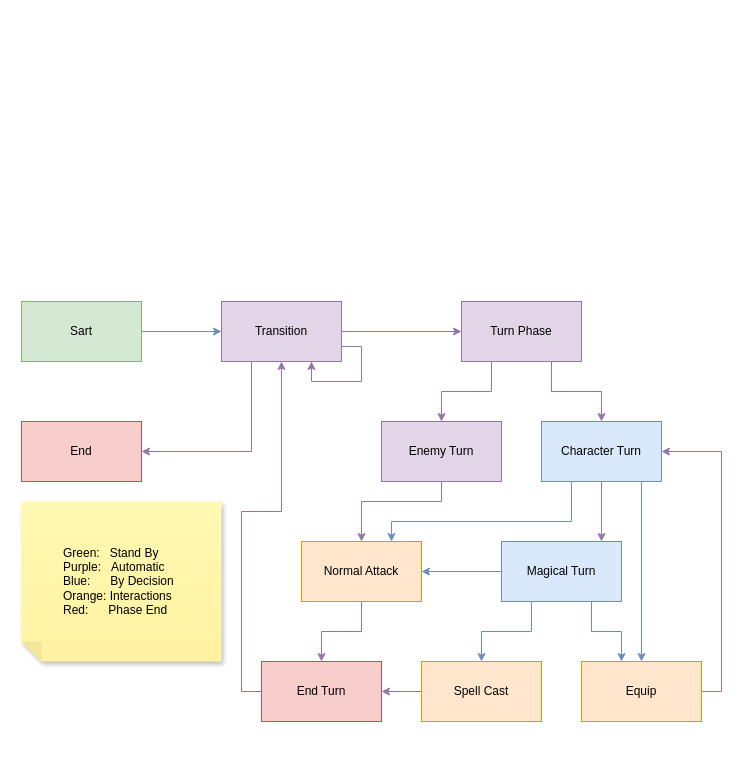
Earlier version of the draw.io diagram docs/MemesStateDiagram.drawio (Ateuluz/final-reality). Source tidied: cells renumbered, new cells numbered last; positions are measured from the earlier drawing's top-left corner, leaving out a move shared by most shapes. Both pictures are drawn from the tidied source at 100%, with x=0, y=0 at pixel (21, 301).
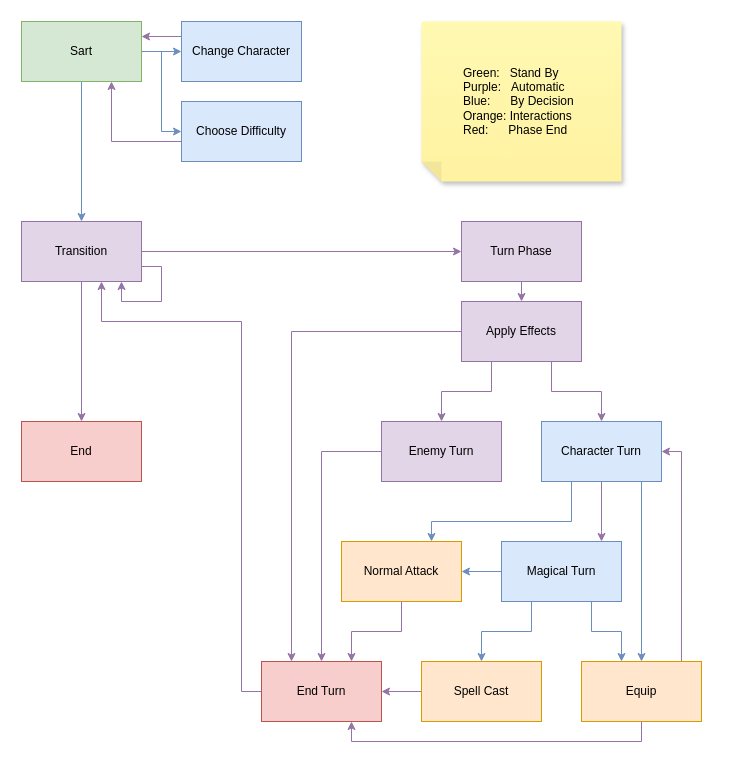
Above is the later version.

Commit message:
docs(docs): State Diagrams update

Unchanged cells that the change refers to:
```xml
<mxCell id="4" value="End" style="whiteSpace=wrap;html=1;fillColor=#f8cecc;strokeColor=#b85450;" parent="1" vertex="1">
  <mxGeometry y="120" width="120" height="60" as="geometry" />
</mxCell>
<mxCell id="12" value="Enemy Turn" style="whiteSpace=wrap;html=1;fillColor=#e1d5e7;strokeColor=#9673a6;" parent="1" vertex="1">
  <mxGeometry x="360" y="120" width="120" height="60" as="geometry" />
</mxCell>
<mxCell id="16" value="Character Turn" style="whiteSpace=wrap;html=1;fillColor=#dae8fc;strokeColor=#6c8ebf;" parent="1" vertex="1">
  <mxGeometry x="520" y="120" width="120" height="60" as="geometry" />
</mxCell>
<mxCell id="24" value="Equip" style="whiteSpace=wrap;html=1;fillColor=#ffe6cc;strokeColor=#d79b00;" parent="1" vertex="1">
  <mxGeometry x="560" y="360" width="120" height="60" as="geometry" />
</mxCell>
<mxCell id="28" value="End Turn" style="whiteSpace=wrap;html=1;fillColor=#f8cecc;strokeColor=#b85450;" parent="1" vertex="1">
  <mxGeometry x="240" y="360" width="120" height="60" as="geometry" />
</mxCell>
```

Diff of the diagram source:
```diff
@@
-    <mxCell id="2" style="edgeStyle=orthogonalEdgeStyle;rounded=0;jettySize=auto;html=1;exitX=1;exitY=0.5;exitDx=0;exitDy=0;entryX=0;entryY=0.5;entryDx=0;entryDy=0;fillColor=#dae8fc;strokeColor=#6c8ebf;" parent="1" edge="1" source="3" target="7">
+    <mxCell id="2" style="edgeStyle=orthogonalEdgeStyle;rounded=0;jettySize=auto;html=1;exitX=0.5;exitY=1;exitDx=0;exitDy=0;entryX=0.5;entryY=0;entryDx=0;entryDy=0;fillColor=#dae8fc;strokeColor=#6c8ebf;" parent="1" edge="1" source="3" target="7">
       <mxGeometry relative="1" as="geometry" />
     </mxCell>
+    <mxCell id="31" style="edgeStyle=orthogonalEdgeStyle;rounded=0;jettySize=auto;html=1;exitX=1;exitY=0.5;exitDx=0;exitDy=0;entryX=0;entryY=0.5;entryDx=0;entryDy=0;fillColor=#dae8fc;strokeColor=#6c8ebf;" parent="1" edge="1" source="3" target="43">
+      <mxGeometry relative="1" as="geometry" />
+    </mxCell>
+    <mxCell id="32" style="edgeStyle=orthogonalEdgeStyle;rounded=0;jettySize=auto;html=1;exitX=1;exitY=0.5;exitDx=0;exitDy=0;entryX=0;entryY=0.5;entryDx=0;entryDy=0;fillColor=#dae8fc;strokeColor=#6c8ebf;" parent="1" edge="1" source="3" target="40">
+      <mxGeometry relative="1" as="geometry" />
+    </mxCell>
     <mxCell id="3" value="Sart" style="whiteSpace=wrap;html=1;fillColor=#d5e8d4;strokeColor=#82b366;" parent="1" vertex="1">
-      <mxGeometry width="120" height="60" as="geometry" />
+      <mxGeometry y="-280" width="120" height="60" as="geometry" />
     </mxCell>
@@
-    <mxCell id="5" style="edgeStyle=orthogonalEdgeStyle;rounded=0;jettySize=auto;html=1;exitX=0.25;exitY=1;exitDx=0;exitDy=0;entryX=1;entryY=0.5;entryDx=0;entryDy=0;fillColor=#e1d5e7;strokeColor=#9673a6;" parent="1" edge="1" source="7" target="4">
+    <mxCell id="5" style="edgeStyle=orthogonalEdgeStyle;rounded=0;jettySize=auto;html=1;exitX=0.5;exitY=1;exitDx=0;exitDy=0;entryX=0.5;entryY=0;entryDx=0;entryDy=0;fillColor=#e1d5e7;strokeColor=#9673a6;" parent="1" edge="1" source="7" target="4">
       <mxGeometry relative="1" as="geometry" />
     </mxCell>
@@
     <mxCell id="7" value="Transition" style="whiteSpace=wrap;html=1;fillColor=#e1d5e7;strokeColor=#9673a6;" parent="1" vertex="1">
-      <mxGeometry x="200" width="120" height="60" as="geometry" />
+      <mxGeometry y="-80" width="120" height="60" as="geometry" />
     </mxCell>
-    <mxCell id="8" style="edgeStyle=orthogonalEdgeStyle;rounded=0;jettySize=auto;html=1;exitX=0.75;exitY=1;exitDx=0;exitDy=0;fillColor=#e1d5e7;strokeColor=#9673a6;" parent="1" edge="1" source="10" target="16">
-      <mxGeometry relative="1" as="geometry" />
-    </mxCell>
-    <mxCell id="9" style="edgeStyle=orthogonalEdgeStyle;rounded=0;jettySize=auto;html=1;exitX=0.25;exitY=1;exitDx=0;exitDy=0;fillColor=#e1d5e7;strokeColor=#9673a6;" parent="1" edge="1" source="10" target="12">
-      <mxGeometry relative="1" as="geometry" />
-    </mxCell>
+    <mxCell id="33" style="edgeStyle=orthogonalEdgeStyle;rounded=0;jettySize=auto;html=1;exitX=0.5;exitY=1;exitDx=0;exitDy=0;entryX=0.5;entryY=0;entryDx=0;entryDy=0;fillColor=#e1d5e7;strokeColor=#9673a6;" parent="1" edge="1" source="10" target="39">
+      <mxGeometry relative="1" as="geometry" />
+    </mxCell>
     <mxCell id="10" value="Turn Phase" style="whiteSpace=wrap;html=1;fillColor=#e1d5e7;strokeColor=#9673a6;" parent="1" vertex="1">
-      <mxGeometry x="440" width="120" height="60" as="geometry" />
+      <mxGeometry x="440" y="-80" width="120" height="60" as="geometry" />
     </mxCell>
-    <mxCell id="11" style="edgeStyle=orthogonalEdgeStyle;rounded=0;jettySize=auto;html=1;exitX=0.5;exitY=1;exitDx=0;exitDy=0;fillColor=#e1d5e7;strokeColor=#9673a6;" parent="1" edge="1" source="12" target="18">
-      <mxGeometry relative="1" as="geometry">
-        <Array as="points">
-          <mxPoint x="420" y="200" />
-          <mxPoint x="340" y="200" />
-        </Array>
-      </mxGeometry>
-    </mxCell>
+    <mxCell id="34" style="edgeStyle=orthogonalEdgeStyle;rounded=0;jettySize=auto;html=1;exitX=0;exitY=0.5;exitDx=0;exitDy=0;fillColor=#e1d5e7;strokeColor=#9673a6;" parent="1" edge="1" source="12" target="28">
+      <mxGeometry relative="1" as="geometry" />
+    </mxCell>
@@
     <mxCell id="15" style="edgeStyle=orthogonalEdgeStyle;rounded=0;jettySize=auto;html=1;exitX=0.25;exitY=1;exitDx=0;exitDy=0;fillColor=#dae8fc;strokeColor=#6c8ebf;" parent="1" edge="1" source="16" target="18">
       <mxGeometry relative="1" as="geometry">
         <Array as="points">
           <mxPoint x="550" y="220" />
-          <mxPoint x="370" y="220" />
+          <mxPoint x="410" y="220" />
         </Array>
       </mxGeometry>
     </mxCell>
@@
     <mxCell id="17" style="edgeStyle=orthogonalEdgeStyle;rounded=0;jettySize=auto;html=1;exitX=0.5;exitY=1;exitDx=0;exitDy=0;fillColor=#e1d5e7;strokeColor=#9673a6;" parent="1" edge="1" source="18" target="28">
-      <mxGeometry relative="1" as="geometry" />
+      <mxGeometry relative="1" as="geometry">
+        <Array as="points">
+          <mxPoint x="380" y="330" />
+          <mxPoint x="330" y="330" />
+        </Array>
+      </mxGeometry>
     </mxCell>
     <mxCell id="18" value="Normal Attack" style="whiteSpace=wrap;html=1;fillColor=#ffe6cc;strokeColor=#d79b00;" parent="1" vertex="1">
-      <mxGeometry x="280" y="240" width="120" height="60" as="geometry" />
+      <mxGeometry x="320" y="240" width="120" height="60" as="geometry" />
     </mxCell>
@@
-    <mxCell id="23" style="edgeStyle=orthogonalEdgeStyle;rounded=0;jettySize=auto;html=1;exitX=1;exitY=0.5;exitDx=0;exitDy=0;entryX=1;entryY=0.5;entryDx=0;entryDy=0;fillColor=#e1d5e7;strokeColor=#9673a6;" parent="1" edge="1" source="24" target="16">
+    <mxCell id="23" style="edgeStyle=orthogonalEdgeStyle;rounded=0;jettySize=auto;html=1;exitX=0.833;exitY=0.017;exitDx=0;exitDy=0;entryX=1;entryY=0.5;entryDx=0;entryDy=0;fillColor=#e1d5e7;strokeColor=#9673a6;exitPerimeter=0;" parent="1" edge="1" source="24" target="16">
       <mxGeometry relative="1" as="geometry" />
     </mxCell>
+    <mxCell id="35" style="edgeStyle=orthogonalEdgeStyle;rounded=0;jettySize=auto;html=1;exitX=0.5;exitY=1;exitDx=0;exitDy=0;entryX=0.75;entryY=1;entryDx=0;entryDy=0;fillColor=#e1d5e7;strokeColor=#9673a6;" parent="1" edge="1" source="24" target="28">
+      <mxGeometry relative="1" as="geometry">
+        <Array as="points">
+          <mxPoint x="620" y="440" />
+          <mxPoint x="330" y="440" />
+        </Array>
+      </mxGeometry>
+    </mxCell>
@@
     <mxCell id="27" style="edgeStyle=orthogonalEdgeStyle;rounded=0;jettySize=auto;html=1;exitX=0;exitY=0.5;exitDx=0;exitDy=0;fillColor=#e1d5e7;strokeColor=#9673a6;" parent="1" edge="1" source="28" target="7">
       <mxGeometry relative="1" as="geometry">
         <Array as="points">
           <mxPoint x="220" y="390" />
-          <mxPoint x="220" y="210" />
-          <mxPoint x="260" y="210" />
+          <mxPoint x="220" y="20" />
+          <mxPoint x="80" y="20" />
         </Array>
       </mxGeometry>
     </mxCell>
@@
     <mxCell id="29" style="edgeStyle=orthogonalEdgeStyle;rounded=0;orthogonalLoop=1;jettySize=auto;html=1;exitX=1;exitY=0.75;exitDx=0;exitDy=0;fillColor=#e1d5e7;strokeColor=#9673a6;" parent="1" edge="1" source="7" target="7">
       <mxGeometry relative="1" as="geometry">
         <Array as="points">
-          <mxPoint x="340" y="45" />
-          <mxPoint x="340" y="80" />
-          <mxPoint x="290" y="80" />
+          <mxPoint x="140" y="-35" />
+          <mxPoint x="140" />
+          <mxPoint x="100" />
         </Array>
       </mxGeometry>
     </mxCell>
     <mxCell id="30" value="&lt;blockquote style=&quot;margin: 0 0 0 40px; border: none; padding: 0px;&quot;&gt;&lt;div style=&quot;&quot;&gt;&lt;span style=&quot;background-color: initial;&quot;&gt;Green:&amp;nbsp; &amp;nbsp;Stand By&lt;/span&gt;&lt;/div&gt;&lt;div style=&quot;&quot;&gt;Purple:&amp;nbsp; &amp;nbsp;Automatic&lt;/div&gt;&lt;div style=&quot;&quot;&gt;Blue:&amp;nbsp; &amp;nbsp; &amp;nbsp; By Decision&lt;/div&gt;&lt;div style=&quot;&quot;&gt;Orange: Interactions&lt;/div&gt;&lt;div style=&quot;&quot;&gt;Red:&amp;nbsp; &amp;nbsp; &amp;nbsp; Phase End&lt;/div&gt;&lt;/blockquote&gt;" style="shape=note;whiteSpace=wrap;html=1;backgroundOutline=1;fontColor=#000000;darkOpacity=0.05;fillColor=#FFF9B2;strokeColor=none;fillStyle=solid;direction=west;gradientDirection=north;gradientColor=#FFF2A1;shadow=1;size=20;align=left;" parent="1" vertex="1">
-      <mxGeometry y="200" width="200" height="160" as="geometry" />
+      <mxGeometry x="400" y="-280" width="200" height="160" as="geometry" />
     </mxCell>
+    <mxCell id="36" style="edgeStyle=orthogonalEdgeStyle;rounded=0;jettySize=auto;html=1;exitX=0.25;exitY=1;exitDx=0;exitDy=0;fillColor=#e1d5e7;strokeColor=#9673a6;" parent="1" edge="1" source="39" target="12">
+      <mxGeometry relative="1" as="geometry" />
+    </mxCell>
+    <mxCell id="37" style="edgeStyle=orthogonalEdgeStyle;rounded=0;jettySize=auto;html=1;exitX=0.75;exitY=1;exitDx=0;exitDy=0;fillColor=#e1d5e7;strokeColor=#9673a6;" parent="1" edge="1" source="39" target="16">
+      <mxGeometry relative="1" as="geometry" />
+    </mxCell>
+    <mxCell id="38" style="edgeStyle=orthogonalEdgeStyle;rounded=0;jettySize=auto;html=1;exitX=0;exitY=0.5;exitDx=0;exitDy=0;entryX=0.25;entryY=0;entryDx=0;entryDy=0;fillColor=#e1d5e7;strokeColor=#9673a6;" parent="1" edge="1" source="39" target="28">
+      <mxGeometry relative="1" as="geometry">
+        <Array as="points">
+          <mxPoint x="270" y="30" />
+        </Array>
+      </mxGeometry>
+    </mxCell>
+    <mxCell id="39" value="Apply Effects" style="whiteSpace=wrap;html=1;fillColor=#e1d5e7;strokeColor=#9673a6;" parent="1" vertex="1">
+      <mxGeometry x="440" width="120" height="60" as="geometry" />
+    </mxCell>
+    <mxCell id="40" value="Choose Difficulty" style="whiteSpace=wrap;html=1;fillColor=#dae8fc;strokeColor=#6c8ebf;" parent="1" vertex="1">
+      <mxGeometry x="160" y="-200" width="120" height="60" as="geometry" />
+    </mxCell>
+    <mxCell id="41" style="edgeStyle=orthogonalEdgeStyle;rounded=0;jettySize=auto;html=1;entryX=0.75;entryY=1;entryDx=0;entryDy=0;fillColor=#e1d5e7;strokeColor=#9673a6;" parent="1" edge="1" source="40" target="3">
+      <mxGeometry relative="1" as="geometry">
+        <Array as="points">
+          <mxPoint x="90" y="-160" />
+        </Array>
+      </mxGeometry>
+    </mxCell>
+    <mxCell id="42" style="edgeStyle=orthogonalEdgeStyle;rounded=0;jettySize=auto;html=1;exitX=0;exitY=0.25;exitDx=0;exitDy=0;entryX=1;entryY=0.25;entryDx=0;entryDy=0;fillColor=#e1d5e7;strokeColor=#9673a6;" parent="1" edge="1" source="43" target="3">
+      <mxGeometry relative="1" as="geometry" />
+    </mxCell>
+    <mxCell id="43" value="Change Character" style="whiteSpace=wrap;html=1;fillColor=#dae8fc;strokeColor=#6c8ebf;" parent="1" vertex="1">
+      <mxGeometry x="160" y="-280" width="120" height="60" as="geometry" />
+    </mxCell>
```
